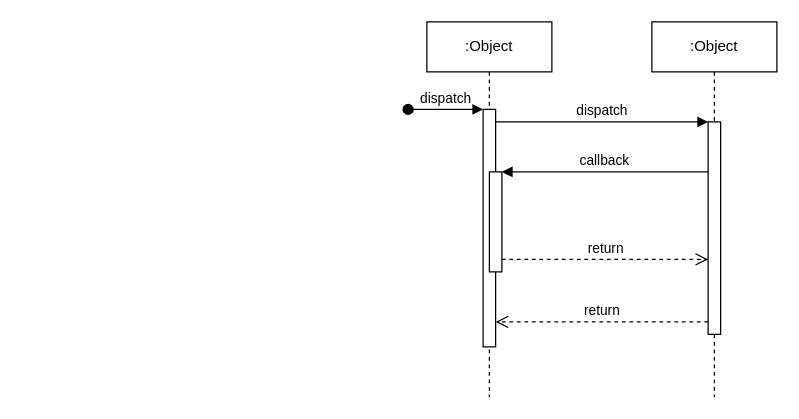
The draw.io diagram AmirWork/M2/GP_SequenceDiagram.drawio in SENG-350-2024-fall/Team9, before the edit. Source tidied: cells renumbered, new cells numbered last; positions are measured from the earlier drawing's top-left corner, leaving out a move shared by most shapes. Both pictures are drawn from the tidied source at 125%, with x=0, y=0 at pixel (408, 21).
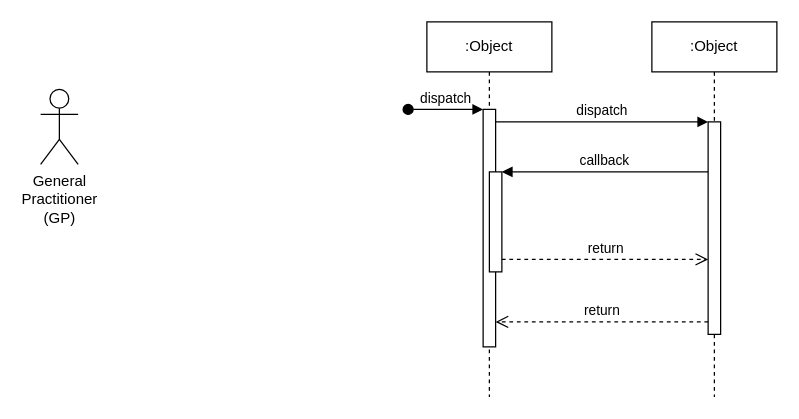
Above is the later version.

Change to the diagram source:
```diff
@@
-<mxGraphModel>
+<mxGraphModel background="#ffffff">
   <root>
     <mxCell id="0" />
     <mxCell id="1" parent="0" />
     <mxCell id="2" value=":Object" style="shape=umlLifeline;perimeter=lifelinePerimeter;whiteSpace=wrap;html=1;newEdgeStyle={&quot;edgeStyle&quot;:&quot;elbowEdgeStyle&quot;,&quot;elbow&quot;:&quot;vertical&quot;,&quot;curved&quot;:0,&quot;rounded&quot;:0};" parent="1" vertex="1">
       <mxGeometry x="15" width="100" height="300" as="geometry" />
     </mxCell>
     <mxCell id="3" style="html=1;points=[];perimeter=orthogonalPerimeter;outlineConnect=0;targetShapes=umlLifeline;portConstraint=eastwest;newEdgeStyle={&quot;edgeStyle&quot;:&quot;elbowEdgeStyle&quot;,&quot;elbow&quot;:&quot;vertical&quot;,&quot;curved&quot;:0,&quot;rounded&quot;:0};" parent="2" vertex="1">
       <mxGeometry x="45" y="70" width="10" height="190" as="geometry" />
     </mxCell>
     <mxCell id="4" value="dispatch" style="html=1;verticalAlign=bottom;startArrow=oval;endArrow=block;startSize=8;edgeStyle=elbowEdgeStyle;elbow=vertical;curved=0;rounded=0;" parent="2" edge="1" target="3">
       <mxGeometry relative="1" as="geometry">
         <mxPoint x="-15" y="70" as="sourcePoint" />
       </mxGeometry>
     </mxCell>
     <mxCell id="5" style="html=1;points=[];perimeter=orthogonalPerimeter;outlineConnect=0;targetShapes=umlLifeline;portConstraint=eastwest;newEdgeStyle={&quot;edgeStyle&quot;:&quot;elbowEdgeStyle&quot;,&quot;elbow&quot;:&quot;vertical&quot;,&quot;curved&quot;:0,&quot;rounded&quot;:0};" parent="2" vertex="1">
       <mxGeometry x="50" y="120" width="10" height="80" as="geometry" />
     </mxCell>
     <mxCell id="6" value=":Object" style="shape=umlLifeline;perimeter=lifelinePerimeter;whiteSpace=wrap;html=1;newEdgeStyle={&quot;edgeStyle&quot;:&quot;elbowEdgeStyle&quot;,&quot;elbow&quot;:&quot;vertical&quot;,&quot;curved&quot;:0,&quot;rounded&quot;:0};" parent="1" vertex="1">
       <mxGeometry x="195" width="100" height="300" as="geometry" />
     </mxCell>
     <mxCell id="7" style="html=1;points=[];perimeter=orthogonalPerimeter;outlineConnect=0;targetShapes=umlLifeline;portConstraint=eastwest;newEdgeStyle={&quot;edgeStyle&quot;:&quot;elbowEdgeStyle&quot;,&quot;elbow&quot;:&quot;vertical&quot;,&quot;curved&quot;:0,&quot;rounded&quot;:0};" parent="6" vertex="1">
       <mxGeometry x="45" y="80" width="10" height="170" as="geometry" />
     </mxCell>
     <mxCell id="8" value="dispatch" style="html=1;verticalAlign=bottom;endArrow=block;edgeStyle=elbowEdgeStyle;elbow=vertical;curved=0;rounded=0;" parent="1" edge="1" source="3" target="7">
       <mxGeometry relative="1" as="geometry">
         <Array as="points">
           <mxPoint x="155" y="80" />
         </Array>
       </mxGeometry>
     </mxCell>
     <mxCell id="9" value="return" style="html=1;verticalAlign=bottom;endArrow=open;dashed=1;endSize=8;edgeStyle=elbowEdgeStyle;elbow=vertical;curved=0;rounded=0;" parent="1" edge="1" source="7" target="3">
       <mxGeometry relative="1" as="geometry">
         <Array as="points">
           <mxPoint x="165" y="240" />
         </Array>
       </mxGeometry>
     </mxCell>
     <mxCell id="10" value="callback" style="html=1;verticalAlign=bottom;endArrow=block;edgeStyle=elbowEdgeStyle;elbow=vertical;curved=0;rounded=0;" parent="1" edge="1" source="7" target="5">
       <mxGeometry relative="1" as="geometry">
         <Array as="points">
           <mxPoint x="165" y="120" />
         </Array>
       </mxGeometry>
     </mxCell>
     <mxCell id="11" value="return" style="html=1;verticalAlign=bottom;endArrow=open;dashed=1;endSize=8;edgeStyle=elbowEdgeStyle;elbow=vertical;curved=0;rounded=0;" parent="1" edge="1" source="5" target="7">
       <mxGeometry relative="1" as="geometry">
         <Array as="points">
           <mxPoint x="155" y="190" />
         </Array>
       </mxGeometry>
     </mxCell>
+    <mxCell id="12" value="&lt;span style=&quot;font-size: 12px;&quot;&gt;General&lt;/span&gt;&lt;div&gt;&lt;span style=&quot;font-size: 12px;&quot;&gt;Practitioner&lt;/span&gt;&lt;br&gt;&lt;/div&gt;&lt;div&gt;&lt;span style=&quot;font-size: 12px;&quot;&gt;(GP)&lt;/span&gt;&lt;/div&gt;" style="shape=umlActor;verticalLabelPosition=bottom;verticalAlign=top;html=1;" parent="1" vertex="1">
+      <mxGeometry x="-294" y="54" width="30" height="60" as="geometry" />
+    </mxCell>
   </root>
 </mxGraphModel>
```
